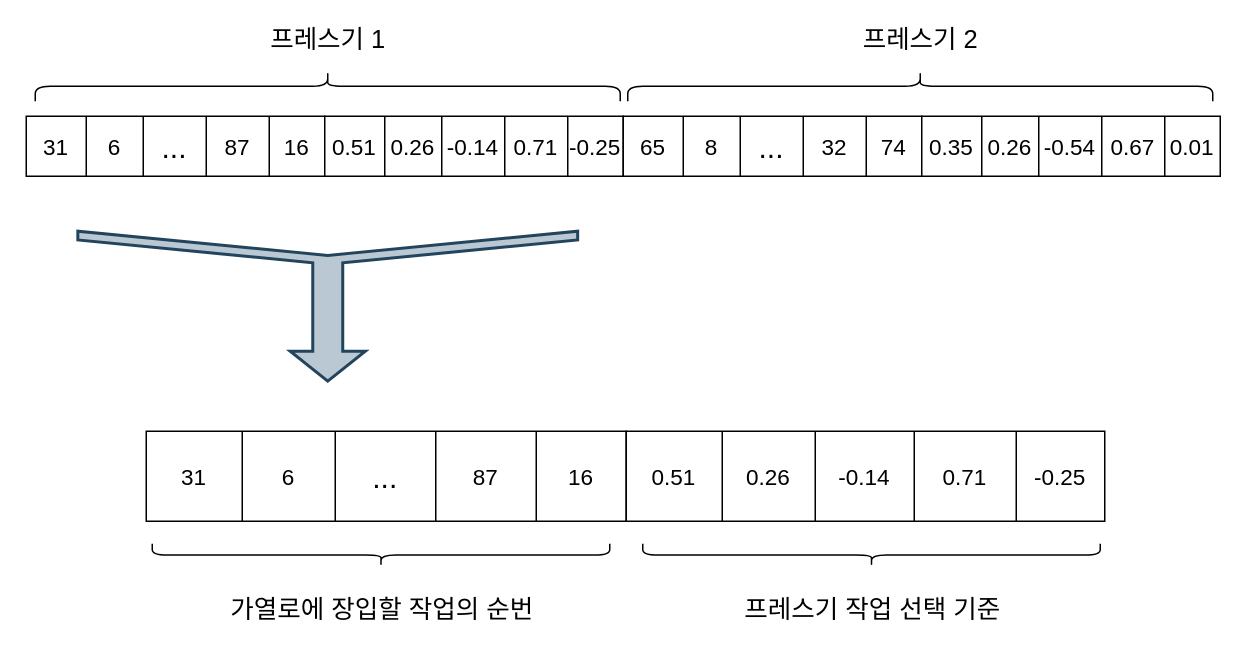
seheeP/statistic keeps this draw.io diagram as 새로운 해 표현.drawio. Above is the earlier version. Source tidied: cells renumbered, new cells numbered last; positions are measured from the earlier drawing's top-left corner, leaving out a move shared by most shapes. Both pictures are drawn from the tidied source at 150%, with x=0, y=0 at pixel (26, -207).
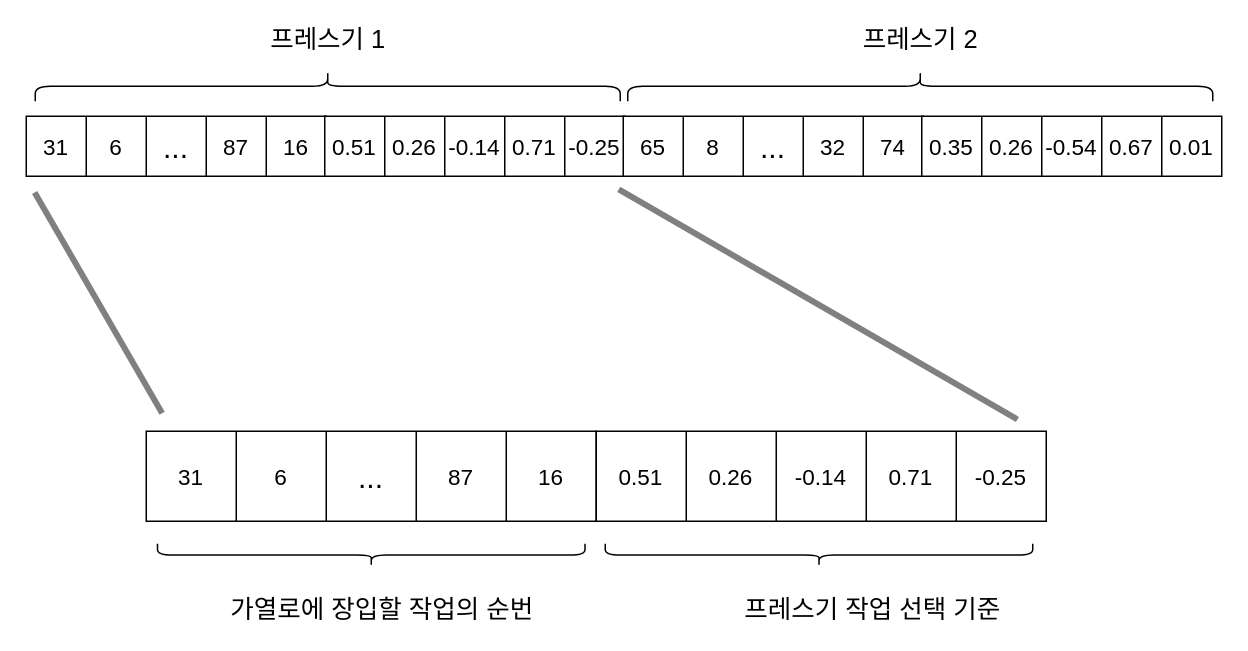
The same page after the edit.

Commit message:
Update 새로운 해 표현.drawio

What changed in the source:
```diff
@@
     <mxCell id="2" style="shape=table;html=1;whiteSpace=wrap;startSize=0;childLayout=tableLayout;rounded=1;sketch=0;fontSize=16;" parent="1" vertex="1">
-      <mxGeometry y="215" width="199" height="40" as="geometry" />
+      <mxGeometry y="215" width="200" height="40" as="geometry" />
     </mxCell>
     <mxCell id="3" style="shape=partialRectangle;html=1;whiteSpace=wrap;fillColor=none;top=0;left=0;bottom=0;right=0;" parent="2" vertex="1">
-      <mxGeometry width="199" height="40" as="geometry" />
+      <mxGeometry width="200" height="40" as="geometry" />
     </mxCell>
@@
     <mxCell id="5" value="&lt;font size=&quot;1&quot;&gt;&lt;span style=&quot;font-weight: normal ; font-size: 15px&quot;&gt;6&lt;/span&gt;&lt;/font&gt;" style="shape=partialRectangle;html=1;whiteSpace=wrap;fillColor=none;top=0;left=0;bottom=0;right=0;overflow=hidden;fontStyle=1;" parent="3" vertex="1">
-      <mxGeometry x="40" width="38" height="40" as="geometry" />
+      <mxGeometry x="40" width="40" height="40" as="geometry" />
     </mxCell>
     <mxCell id="6" value="&lt;font style=&quot;font-size: 20px&quot;&gt;...&lt;/font&gt;" style="shape=partialRectangle;html=1;whiteSpace=wrap;fillColor=none;top=0;left=0;bottom=0;right=0;overflow=hidden;" parent="3" vertex="1">
-      <mxGeometry x="78" width="42" height="40" as="geometry" />
+      <mxGeometry x="80" width="40" height="40" as="geometry" />
     </mxCell>
     <mxCell id="7" value="&lt;font style=&quot;font-size: 15px&quot;&gt;87&lt;/font&gt;" style="shape=partialRectangle;html=1;whiteSpace=wrap;fillColor=none;top=0;left=0;bottom=0;right=0;overflow=hidden;" parent="3" vertex="1">
-      <mxGeometry x="120" width="42" height="40" as="geometry" />
+      <mxGeometry x="120" width="40" height="40" as="geometry" />
     </mxCell>
     <mxCell id="8" value="&lt;font style=&quot;font-size: 15px&quot;&gt;16&lt;/font&gt;" style="shape=partialRectangle;html=1;whiteSpace=wrap;fillColor=none;top=0;left=0;bottom=0;right=0;overflow=hidden;" parent="3" vertex="1">
-      <mxGeometry x="162" width="37" height="40" as="geometry" />
+      <mxGeometry x="160" width="40" height="40" as="geometry" />
     </mxCell>
     <mxCell id="9" style="shape=table;html=1;whiteSpace=wrap;startSize=0;childLayout=tableLayout;rounded=1;sketch=0;fontSize=16;" parent="1" vertex="1">
-      <mxGeometry x="199" y="215" width="199" height="40" as="geometry" />
+      <mxGeometry x="199" y="215" width="200" height="40" as="geometry" />
     </mxCell>
     <mxCell id="10" style="shape=partialRectangle;html=1;whiteSpace=wrap;fillColor=none;top=0;left=0;bottom=0;right=0;" parent="9" vertex="1">
-      <mxGeometry width="199" height="40" as="geometry" />
+      <mxGeometry width="200" height="40" as="geometry" />
     </mxCell>
@@
     <mxCell id="12" value="&lt;font size=&quot;1&quot;&gt;&lt;span style=&quot;font-weight: normal ; font-size: 15px&quot;&gt;0.26&lt;/span&gt;&lt;/font&gt;" style="shape=partialRectangle;html=1;whiteSpace=wrap;fillColor=none;top=0;left=0;bottom=0;right=0;overflow=hidden;fontStyle=1;" parent="10" vertex="1">
-      <mxGeometry x="40" width="38" height="40" as="geometry" />
+      <mxGeometry x="40" width="40" height="40" as="geometry" />
     </mxCell>
     <mxCell id="13" value="&lt;font style=&quot;font-size: 15px&quot;&gt;-0.14&lt;/font&gt;" style="shape=partialRectangle;html=1;whiteSpace=wrap;fillColor=none;top=0;left=0;bottom=0;right=0;overflow=hidden;" parent="10" vertex="1">
-      <mxGeometry x="78" width="42" height="40" as="geometry" />
+      <mxGeometry x="80" width="40" height="40" as="geometry" />
     </mxCell>
     <mxCell id="14" value="&lt;font style=&quot;font-size: 15px&quot;&gt;0.71&lt;/font&gt;" style="shape=partialRectangle;html=1;whiteSpace=wrap;fillColor=none;top=0;left=0;bottom=0;right=0;overflow=hidden;" parent="10" vertex="1">
-      <mxGeometry x="120" width="42" height="40" as="geometry" />
+      <mxGeometry x="120" width="40" height="40" as="geometry" />
     </mxCell>
     <mxCell id="15" value="&lt;font style=&quot;font-size: 15px&quot;&gt;-0.25&lt;/font&gt;" style="shape=partialRectangle;html=1;whiteSpace=wrap;fillColor=none;top=0;left=0;bottom=0;right=0;overflow=hidden;" parent="10" vertex="1">
-      <mxGeometry x="162" width="37" height="40" as="geometry" />
+      <mxGeometry x="160" width="40" height="40" as="geometry" />
     </mxCell>
     <mxCell id="16" style="shape=table;html=1;whiteSpace=wrap;startSize=0;childLayout=tableLayout;rounded=1;sketch=0;fontSize=16;" parent="1" vertex="1">
-      <mxGeometry x="398" y="215" width="199" height="40" as="geometry" />
+      <mxGeometry x="398" y="215" width="200" height="40" as="geometry" />
     </mxCell>
     <mxCell id="17" style="shape=partialRectangle;html=1;whiteSpace=wrap;fillColor=none;top=0;left=0;bottom=0;right=0;" parent="16" vertex="1">
-      <mxGeometry width="199" height="40" as="geometry" />
+      <mxGeometry width="200" height="40" as="geometry" />
     </mxCell>
@@
     <mxCell id="19" value="&lt;font style=&quot;font-size: 14px&quot;&gt;&lt;span style=&quot;font-weight: normal ; font-size: 15px&quot;&gt;8&lt;/span&gt;&lt;/font&gt;" style="shape=partialRectangle;html=1;whiteSpace=wrap;fillColor=none;top=0;left=0;bottom=0;right=0;overflow=hidden;fontStyle=1;" parent="17" vertex="1">
-      <mxGeometry x="40" width="38" height="40" as="geometry" />
+      <mxGeometry x="40" width="40" height="40" as="geometry" />
     </mxCell>
     <mxCell id="20" value="&lt;font style=&quot;font-size: 20px&quot;&gt;...&lt;/font&gt;" style="shape=partialRectangle;html=1;whiteSpace=wrap;fillColor=none;top=0;left=0;bottom=0;right=0;overflow=hidden;" parent="17" vertex="1">
-      <mxGeometry x="78" width="42" height="40" as="geometry" />
+      <mxGeometry x="80" width="40" height="40" as="geometry" />
     </mxCell>
     <mxCell id="21" value="&lt;font style=&quot;font-size: 15px&quot;&gt;32&lt;/font&gt;" style="shape=partialRectangle;html=1;whiteSpace=wrap;fillColor=none;top=0;left=0;bottom=0;right=0;overflow=hidden;" parent="17" vertex="1">
-      <mxGeometry x="120" width="42" height="40" as="geometry" />
+      <mxGeometry x="120" width="40" height="40" as="geometry" />
     </mxCell>
     <mxCell id="22" value="&lt;font style=&quot;font-size: 15px&quot;&gt;74&lt;/font&gt;" style="shape=partialRectangle;html=1;whiteSpace=wrap;fillColor=none;top=0;left=0;bottom=0;right=0;overflow=hidden;" parent="17" vertex="1">
-      <mxGeometry x="162" width="37" height="40" as="geometry" />
+      <mxGeometry x="160" width="40" height="40" as="geometry" />
     </mxCell>
     <mxCell id="23" style="shape=table;html=1;whiteSpace=wrap;startSize=0;childLayout=tableLayout;rounded=1;sketch=0;fontSize=16;" parent="1" vertex="1">
-      <mxGeometry x="597" y="215" width="199" height="40" as="geometry" />
+      <mxGeometry x="597" y="215" width="200" height="40" as="geometry" />
     </mxCell>
     <mxCell id="24" style="shape=partialRectangle;html=1;whiteSpace=wrap;fillColor=none;top=0;left=0;bottom=0;right=0;" parent="23" vertex="1">
-      <mxGeometry width="199" height="40" as="geometry" />
+      <mxGeometry width="200" height="40" as="geometry" />
     </mxCell>
@@
     <mxCell id="26" value="&lt;font style=&quot;font-size: 14px&quot;&gt;&lt;span style=&quot;font-weight: normal ; font-size: 15px&quot;&gt;0.26&lt;/span&gt;&lt;/font&gt;" style="shape=partialRectangle;html=1;whiteSpace=wrap;fillColor=none;top=0;left=0;bottom=0;right=0;overflow=hidden;fontStyle=1;" parent="24" vertex="1">
-      <mxGeometry x="40" width="38" height="40" as="geometry" />
+      <mxGeometry x="40" width="40" height="40" as="geometry" />
     </mxCell>
     <mxCell id="27" value="&lt;font style=&quot;font-size: 15px&quot;&gt;-0.54&lt;/font&gt;" style="shape=partialRectangle;html=1;whiteSpace=wrap;fillColor=none;top=0;left=0;bottom=0;right=0;overflow=hidden;" parent="24" vertex="1">
-      <mxGeometry x="78" width="42" height="40" as="geometry" />
+      <mxGeometry x="80" width="40" height="40" as="geometry" />
     </mxCell>
     <mxCell id="28" value="&lt;font style=&quot;font-size: 15px&quot;&gt;0.67&lt;/font&gt;" style="shape=partialRectangle;html=1;whiteSpace=wrap;fillColor=none;top=0;left=0;bottom=0;right=0;overflow=hidden;" parent="24" vertex="1">
-      <mxGeometry x="120" width="42" height="40" as="geometry" />
+      <mxGeometry x="120" width="40" height="40" as="geometry" />
     </mxCell>
     <mxCell id="29" value="&lt;font style=&quot;font-size: 15px&quot;&gt;0.01&lt;/font&gt;" style="shape=partialRectangle;html=1;whiteSpace=wrap;fillColor=none;top=0;left=0;bottom=0;right=0;overflow=hidden;" parent="24" vertex="1">
-      <mxGeometry x="162" width="37" height="40" as="geometry" />
+      <mxGeometry x="160" width="40" height="40" as="geometry" />
     </mxCell>
@@
-    <mxCell id="34" style="html=1;shadow=0;dashed=0;align=center;verticalAlign=middle;shape=mxgraph.arrows2.tailedNotchedArrow;dy1=10;dx1=20;notch=16.16;arrowHead=15.04;dx2=5.9;dy2=166.61;fontSize=17;rotation=90;fillColor=#bac8d3;strokeColor=#23445d;strokeWidth=2;" parent="1" vertex="1">
-      <mxGeometry x="151" y="175" width="100" height="333.2" as="geometry" />
-    </mxCell>
     <mxCell id="35" style="shape=table;html=1;whiteSpace=wrap;startSize=0;childLayout=tableLayout;rounded=1;sketch=0;fontSize=16;" parent="1" vertex="1">
-      <mxGeometry x="80" y="425" width="320" height="60" as="geometry" />
+      <mxGeometry x="80" y="425" width="300" height="60" as="geometry" />
     </mxCell>
     <mxCell id="36" style="shape=partialRectangle;html=1;whiteSpace=wrap;fillColor=none;top=0;left=0;bottom=0;right=0;" parent="35" vertex="1">
-      <mxGeometry width="320" height="60" as="geometry" />
+      <mxGeometry width="300" height="60" as="geometry" />
     </mxCell>
     <mxCell id="37" value="&lt;font style=&quot;font-size: 15px&quot;&gt;31&lt;/font&gt;" style="shape=partialRectangle;html=1;whiteSpace=wrap;fillColor=none;top=0;left=0;bottom=0;right=0;overflow=hidden;" parent="36" vertex="1">
-      <mxGeometry width="64" height="60" as="geometry" />
+      <mxGeometry width="60" height="60" as="geometry" />
     </mxCell>
     <mxCell id="38" value="&lt;font size=&quot;1&quot;&gt;&lt;span style=&quot;font-weight: normal ; font-size: 15px&quot;&gt;6&lt;/span&gt;&lt;/font&gt;" style="shape=partialRectangle;html=1;whiteSpace=wrap;fillColor=none;top=0;left=0;bottom=0;right=0;overflow=hidden;fontStyle=1;" parent="36" vertex="1">
-      <mxGeometry x="64" width="62" height="60" as="geometry" />
+      <mxGeometry x="60" width="60" height="60" as="geometry" />
     </mxCell>
     <mxCell id="39" value="&lt;font style=&quot;font-size: 20px&quot;&gt;...&lt;/font&gt;" style="shape=partialRectangle;html=1;whiteSpace=wrap;fillColor=none;top=0;left=0;bottom=0;right=0;overflow=hidden;" parent="36" vertex="1">
-      <mxGeometry x="126" width="67" height="60" as="geometry" />
+      <mxGeometry x="120" width="60" height="60" as="geometry" />
     </mxCell>
     <mxCell id="40" value="&lt;font style=&quot;font-size: 15px&quot;&gt;87&lt;/font&gt;" style="shape=partialRectangle;html=1;whiteSpace=wrap;fillColor=none;top=0;left=0;bottom=0;right=0;overflow=hidden;" parent="36" vertex="1">
-      <mxGeometry x="193" width="67" height="60" as="geometry" />
+      <mxGeometry x="180" width="60" height="60" as="geometry" />
     </mxCell>
     <mxCell id="41" value="&lt;font style=&quot;font-size: 15px&quot;&gt;16&lt;/font&gt;" style="shape=partialRectangle;html=1;whiteSpace=wrap;fillColor=none;top=0;left=0;bottom=0;right=0;overflow=hidden;" parent="36" vertex="1">
-      <mxGeometry x="260" width="60" height="60" as="geometry" />
+      <mxGeometry x="240" width="60" height="60" as="geometry" />
     </mxCell>
     <mxCell id="42" style="shape=table;html=1;whiteSpace=wrap;startSize=0;childLayout=tableLayout;rounded=1;sketch=0;fontSize=16;" parent="1" vertex="1">
-      <mxGeometry x="400" y="425" width="319" height="60" as="geometry" />
+      <mxGeometry x="380" y="425" width="300" height="60" as="geometry" />
     </mxCell>
     <mxCell id="43" style="shape=partialRectangle;html=1;whiteSpace=wrap;fillColor=none;top=0;left=0;bottom=0;right=0;" parent="42" vertex="1">
-      <mxGeometry width="319" height="60" as="geometry" />
+      <mxGeometry width="300" height="60" as="geometry" />
     </mxCell>
     <mxCell id="44" value="&lt;font&gt;&lt;font style=&quot;font-size: 15px&quot;&gt;0.51&lt;/font&gt;&lt;br&gt;&lt;/font&gt;" style="shape=partialRectangle;html=1;whiteSpace=wrap;fillColor=none;top=0;left=0;bottom=0;right=0;overflow=hidden;" parent="43" vertex="1">
-      <mxGeometry width="64" height="60" as="geometry" />
+      <mxGeometry width="60" height="60" as="geometry" />
     </mxCell>
     <mxCell id="45" value="&lt;font size=&quot;1&quot;&gt;&lt;span style=&quot;font-weight: normal ; font-size: 15px&quot;&gt;0.26&lt;/span&gt;&lt;/font&gt;" style="shape=partialRectangle;html=1;whiteSpace=wrap;fillColor=none;top=0;left=0;bottom=0;right=0;overflow=hidden;fontStyle=1;" parent="43" vertex="1">
-      <mxGeometry x="64" width="62" height="60" as="geometry" />
+      <mxGeometry x="60" width="60" height="60" as="geometry" />
     </mxCell>
     <mxCell id="46" value="&lt;font style=&quot;font-size: 15px&quot;&gt;-0.14&lt;/font&gt;" style="shape=partialRectangle;html=1;whiteSpace=wrap;fillColor=none;top=0;left=0;bottom=0;right=0;overflow=hidden;" parent="43" vertex="1">
-      <mxGeometry x="126" width="66" height="60" as="geometry" />
+      <mxGeometry x="120" width="60" height="60" as="geometry" />
     </mxCell>
     <mxCell id="47" value="&lt;font style=&quot;font-size: 15px&quot;&gt;0.71&lt;/font&gt;" style="shape=partialRectangle;html=1;whiteSpace=wrap;fillColor=none;top=0;left=0;bottom=0;right=0;overflow=hidden;" parent="43" vertex="1">
-      <mxGeometry x="192" width="68" height="60" as="geometry" />
+      <mxGeometry x="180" width="60" height="60" as="geometry" />
     </mxCell>
     <mxCell id="48" value="&lt;font style=&quot;font-size: 15px&quot;&gt;-0.25&lt;/font&gt;" style="shape=partialRectangle;html=1;whiteSpace=wrap;fillColor=none;top=0;left=0;bottom=0;right=0;overflow=hidden;" parent="43" vertex="1">
-      <mxGeometry x="260" width="59" height="60" as="geometry" />
+      <mxGeometry x="240" width="60" height="60" as="geometry" />
     </mxCell>
     <mxCell id="49" style="shape=curlyBracket;whiteSpace=wrap;html=1;rounded=1;flipH=1;fontSize=15;rotation=90;" parent="1" vertex="1">
-      <mxGeometry x="229" y="355" width="15" height="305" as="geometry" />
+      <mxGeometry x="222.5" y="365" width="15" height="285" as="geometry" />
     </mxCell>
-    <mxCell id="50" style="shape=curlyBracket;whiteSpace=wrap;html=1;rounded=1;flipH=1;fontSize=15;rotation=90;" parent="1" vertex="1">
-      <mxGeometry x="556" y="355" width="15" height="305" as="geometry" />
-    </mxCell>
@@
+    <mxCell id="53" style="line;strokeWidth=4;direction=south;html=1;rotation=-60;strokeColor=#808080;" parent="1" vertex="1">
+      <mxGeometry x="522.9" y="187" width="10" height="306.9" as="geometry" />
+    </mxCell>
+    <mxCell id="54" style="line;strokeWidth=4;direction=south;html=1;rotation=-30;strokeColor=#808080;sketch=0;" parent="1" vertex="1">
+      <mxGeometry x="45.5" y="254.4" width="5.2" height="170" as="geometry" />
+    </mxCell>
+    <mxCell id="55" style="shape=curlyBracket;whiteSpace=wrap;html=1;rounded=1;flipH=1;fontSize=15;rotation=90;" parent="1" vertex="1">
+      <mxGeometry x="521" y="365" width="15" height="285" as="geometry" />
+    </mxCell>
```
